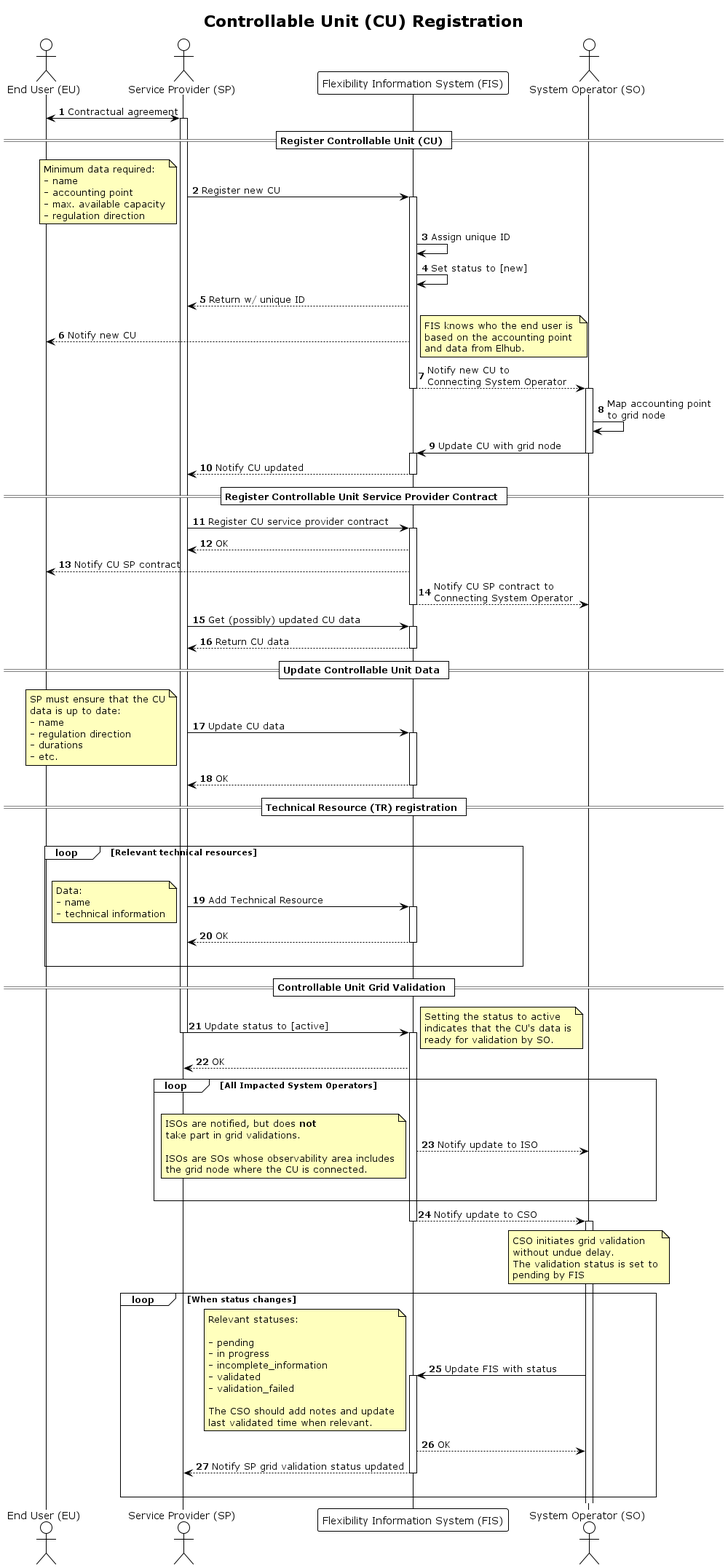
elhub/flex-information-system keeps this PlantUML diagram as docs/diagrams/controllable_unit_registration.png. Above is the earlier version.
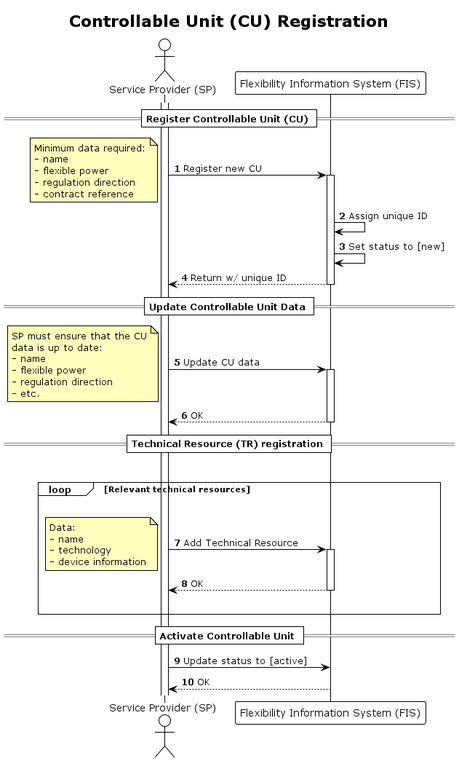
The same diagram one commit later.

Change to the diagram source:
```diff
@@ -8,12 +8,9 @@
     BackgroundColor #FFFFBD
 }
 
-actor "End User (EU)" AS EU
 actor "Service Provider (SP)" as SP
 participant "Flexibility Information System (FIS)" as FIS
-actor "System Operator (SO)" as SO
 
-EU <-> SP: Contractual agreement
 activate SP
 
 == Register Controllable Unit (CU) ==
@@ -22,44 +19,15 @@
 note left
     Minimum data required:
     - name
-    - accounting point
-    - max. available capacity
+    - flexible power
     - regulation direction
+    - contract reference
 end note
 
 activate FIS
 FIS -> FIS: Assign unique ID
 FIS -> FIS: Set status to [new]
 FIS --> SP: Return w/ unique ID
-FIS --> EU : Notify new CU
-note right
-    FIS knows who the end user is
-    based on the accounting point
-    and data from Elhub.
-end note
-FIS --> SO: Notify new CU to\nConnecting System Operator
-deactivate FIS
-
-activate SO
-SO -> SO: Map accounting point \nto grid node
-SO -> FIS: Update CU with grid node
-deactivate SO
-activate FIS
-FIS --> SP: Notify CU updated
-deactivate FIS
-
-== Register Controllable Unit Service Provider Contract ==
-
-SP -> FIS: Register CU service provider contract
-activate FIS
-FIS --> SP: OK
-FIS --> EU : Notify CU SP contract
-FIS --> SO: Notify CU SP contract to\nConnecting System Operator
-deactivate FIS
-
-SP -> FIS: Get (possibly) updated CU data
-activate FIS
-FIS --> SP: Return CU data
 deactivate FIS
 
 == Update Controllable Unit Data ==
@@ -69,8 +37,8 @@
     SP must ensure that the CU
     data is up to date:
     - name
+    - flexible power
     - regulation direction
-    - durations
     - etc.
 end note
 activate FIS
@@ -88,7 +56,8 @@
     note left
         Data:
         - name
-        - technical information
+        - technology
+        - device information
     end note
     activate FIS
     FIS --> SP: OK
@@ -96,61 +65,9 @@
     |||
 end
 
-== Controllable Unit Grid Validation ==
+== Activate Controllable Unit ==
 
 SP -> FIS: Update status to [active]
-deactivate SP
-activate FIS
-note right
-    Setting the status to active
-    indicates that the CU's data is
-    ready for validation by SO.
-end note
 FIS --> SP: OK
 
-loop All Impacted System Operators
-    |||
-    FIS --> SO: Notify update to ISO
-    note left
-        ISOs are notified, but does <b>not</b>
-        take part in grid validations.
-
-        ISOs are SOs whose observability area includes
-        the grid node where the CU is connected.
-    end note
-    |||
-end
-
-FIS --> SO: Notify update to CSO
-deactivate FIS
-activate SO
-
-note over SO
-    CSO initiates grid validation
-    without undue delay.
-    The validation status is set to
-    pending by FIS
-end note
-loop When status changes
-    SO -> FIS: Update FIS with status
-    note left
-        Relevant statuses:
-
-        - pending
-        - in progress
-        - incomplete_information
-        - validated
-        - validation_failed
-
-        The CSO should add notes and update
-        last validated time when relevant.
-    end note
-    activate FIS
-    FIS --> SO: OK
-    FIS --> SP: Notify SP grid validation status updated
-    deactivate FIS
-    |||
-end
-
-
 @enduml
```
